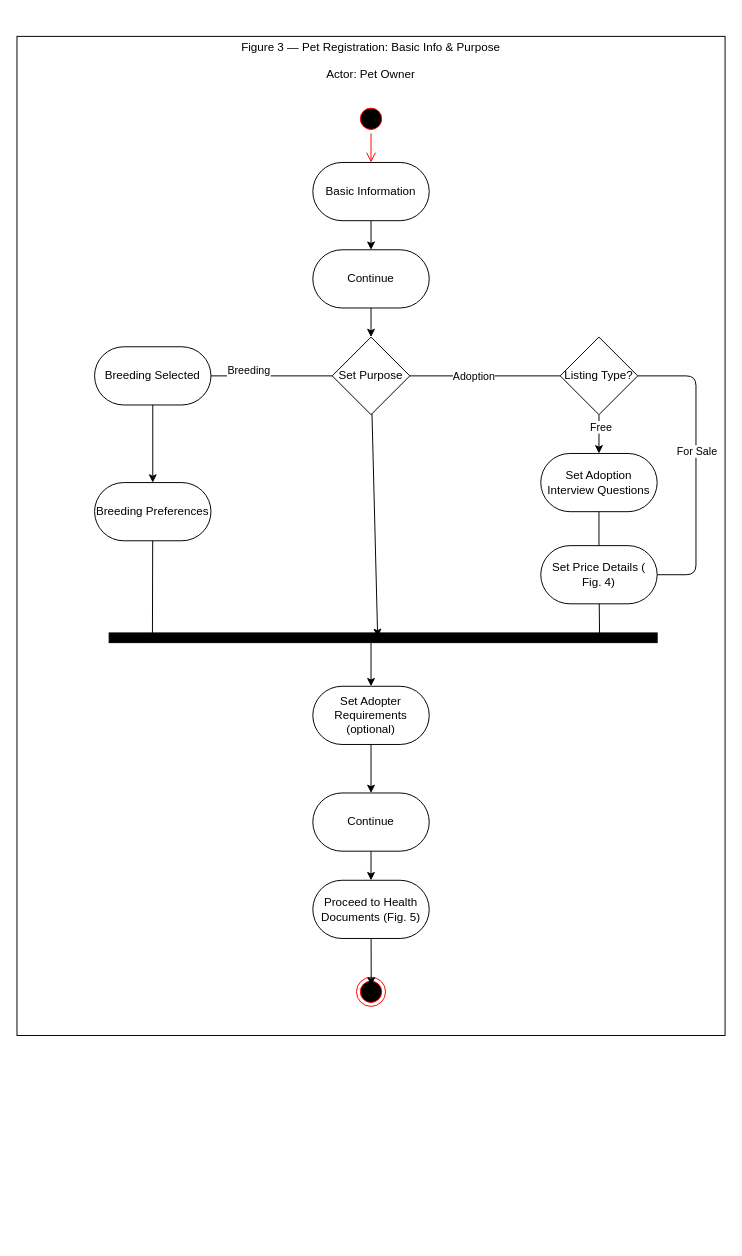
This is ActivityDiagram_Figure3_USALLA.drawio from Chels013/Breedr-Diagrams, a draw.io file, before an edit. Source tidied: cells renumbered, new cells numbered last; positions are measured from the earlier drawing's top-left corner, leaving out a move shared by most shapes. Both pictures are drawn from the tidied source at 97%, with x=0, y=0 at pixel (16, 36).
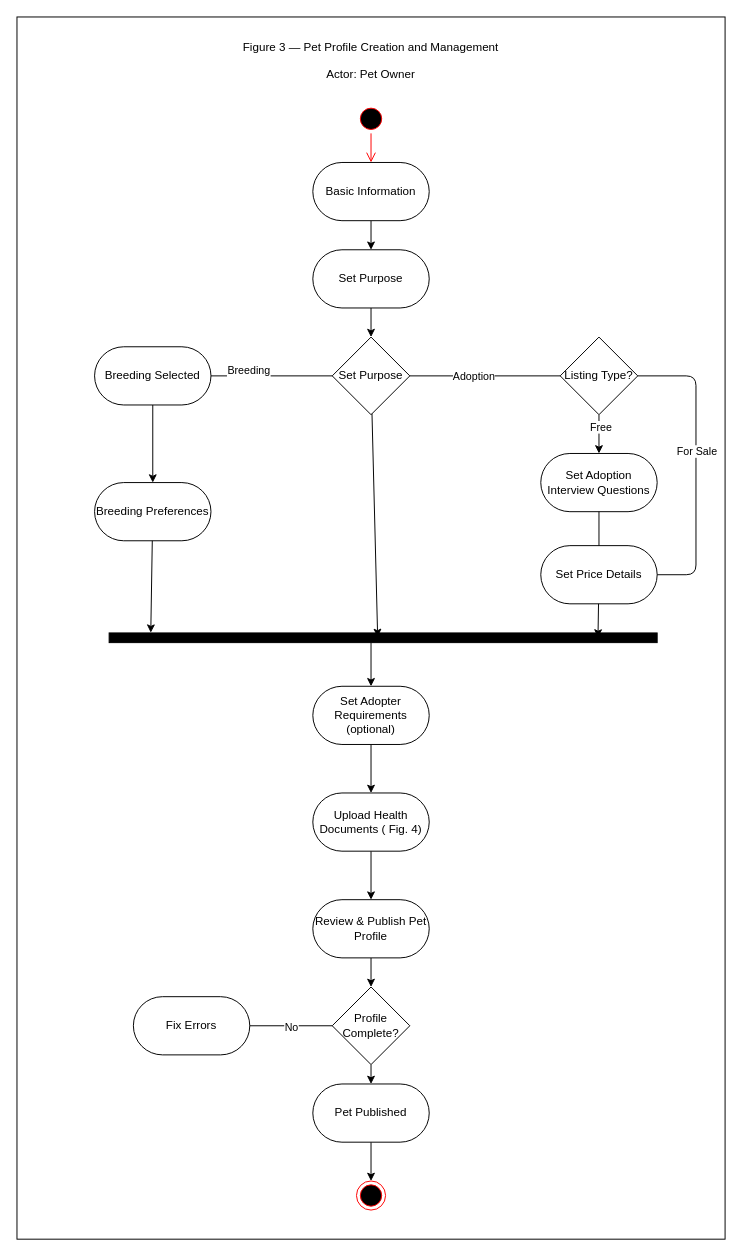
The same page after the edit.

Commit message (it also covers changes not shown here):
Creating Activity Diagram Figure 5 and  revised Figure 1-4

The change refers to these unchanged cells:
```xml
<mxCell id="12" value="Breeding Preferences" style="rounded=1;whiteSpace=wrap;html=1;arcSize=50;" parent="1" vertex="1">
  <mxGeometry x="80" y="460" width="120" height="60" as="geometry" />
</mxCell>
<mxCell id="32" style="html=1;points=[];perimeter=orthogonalPerimeter;fillColor=strokeColor;rotation=-90;" parent="1" vertex="1">
  <mxGeometry x="372.5" y="337.5" width="10" height="565" as="geometry" />
</mxCell>
```

What changed in the source:
```diff
@@
     <mxCell id="2" style="rounded=0;whiteSpace=wrap;html=1;" parent="1" vertex="1">
-      <mxGeometry width="730" height="1030" as="geometry" />
+      <mxGeometry y="-20" width="730" height="1260" as="geometry" />
     </mxCell>
-    <mxCell id="3" value="&lt;p&gt;Figure 3 — Pet Registration: Basic Info &amp;amp; Purpose&lt;/p&gt;&lt;p&gt;Actor: Pet Owner&lt;/p&gt;" style="text;html=1;align=center;verticalAlign=middle;whiteSpace=wrap;rounded=0;" parent="1" vertex="1">
+    <mxCell id="3" value="&lt;p&gt;Figure 3 — Pet Profile Creation and Management&lt;/p&gt;&lt;p&gt;Actor: Pet Owner&lt;/p&gt;" style="text;html=1;align=center;verticalAlign=middle;whiteSpace=wrap;rounded=0;" parent="1" vertex="1">
       <mxGeometry x="210" y="10" width="310" height="30" as="geometry" />
     </mxCell>
@@
-    <mxCell id="9" value="Continue" style="rounded=1;whiteSpace=wrap;html=1;arcSize=50;" parent="1" vertex="1">
+    <mxCell id="9" value="Set Purpose" style="rounded=1;whiteSpace=wrap;html=1;arcSize=50;" parent="1" vertex="1">
       <mxGeometry x="305" y="220" width="120" height="60" as="geometry" />
     </mxCell>
@@
-    <mxCell id="14" value="&lt;p&gt;Set Price Details ( Fig. 4)&lt;/p&gt;" style="rounded=1;whiteSpace=wrap;html=1;arcSize=50;" parent="1" vertex="1">
+    <mxCell id="14" value="&lt;p&gt;Set Price Details&lt;/p&gt;" style="rounded=1;whiteSpace=wrap;html=1;arcSize=50;" parent="1" vertex="1">
       <mxGeometry x="540" y="525" width="120" height="60" as="geometry" />
     </mxCell>
@@
-    <mxCell id="18" value="Continue" style="rounded=1;whiteSpace=wrap;html=1;arcSize=50;" parent="1" vertex="1">
+    <mxCell id="18" value="&lt;p&gt;Upload Health Documents ( Fig. 4)&lt;/p&gt;" style="rounded=1;whiteSpace=wrap;html=1;arcSize=50;" parent="1" vertex="1">
       <mxGeometry x="305" y="780" width="120" height="60" as="geometry" />
     </mxCell>
+    <mxCell id="38" style="edgeStyle=none;html=1;entryX=0.5;entryY=0;entryDx=0;entryDy=0;" parent="1" edge="1" source="19" target="40">
+      <mxGeometry relative="1" as="geometry" />
+    </mxCell>
-    <mxCell id="19" value="&lt;p&gt;Proceed to Health Documents (Fig. 5)&lt;/p&gt;" style="rounded=1;whiteSpace=wrap;html=1;arcSize=50;" parent="1" vertex="1">
-      <mxGeometry x="305" y="870" width="120" height="60" as="geometry" />
+    <mxCell id="19" value="&lt;p&gt;Review &amp;amp; Publish Pet Profile&lt;/p&gt;" style="rounded=1;whiteSpace=wrap;html=1;arcSize=50;" parent="1" vertex="1">
+      <mxGeometry x="305" y="890" width="120" height="60" as="geometry" />
     </mxCell>
@@
     <mxCell id="34" style="ellipse;html=1;shape=endState;fillColor=#000000;strokeColor=#ff0000;" parent="1" vertex="1">
-      <mxGeometry x="350" y="970" width="30" height="30" as="geometry" />
+      <mxGeometry x="350" y="1180" width="30" height="30" as="geometry" />
     </mxCell>
-    <mxCell id="35" style="edgeStyle=none;html=1;entryX=0.507;entryY=0.28;entryDx=0;entryDy=0;entryPerimeter=0;" parent="1" edge="1" source="19" target="34">
-      <mxGeometry relative="1" as="geometry" />
-    </mxCell>
-    <mxCell id="36" style="edgeStyle=none;html=1;entryX=-0.14;entryY=0.079;entryDx=0;entryDy=0;entryPerimeter=0;" parent="1" edge="1" source="12" target="32">
+    <mxCell id="36" style="edgeStyle=none;html=1;entryX=1.025;entryY=0.076;entryDx=0;entryDy=0;entryPerimeter=0;" parent="1" edge="1" source="12" target="32">
       <mxGeometry relative="1" as="geometry" />
     </mxCell>
-    <mxCell id="37" style="edgeStyle=none;html=1;entryX=-0.06;entryY=0.895;entryDx=0;entryDy=0;entryPerimeter=0;" parent="1" edge="1" source="14" target="32">
+    <mxCell id="37" style="edgeStyle=none;html=1;entryX=0.525;entryY=0.892;entryDx=0;entryDy=0;entryPerimeter=0;" parent="1" edge="1" source="14" target="32">
       <mxGeometry relative="1" as="geometry" />
     </mxCell>
+    <mxCell id="39" style="edgeStyle=none;html=1;" parent="1" edge="1" source="40" target="45">
+      <mxGeometry relative="1" as="geometry" />
+    </mxCell>
+    <mxCell id="40" value="&lt;p&gt;Profile Complete?&lt;/p&gt;" style="rhombus;whiteSpace=wrap;html=1;" parent="1" vertex="1">
+      <mxGeometry x="325" y="980" width="80" height="80" as="geometry" />
+    </mxCell>
+    <mxCell id="41" value="&lt;p&gt;Fix Errors&lt;/p&gt;" style="rounded=1;whiteSpace=wrap;html=1;arcSize=50;" parent="1" vertex="1">
+      <mxGeometry x="120" y="990" width="120" height="60" as="geometry" />
+    </mxCell>
+    <mxCell id="42" style="endArrow=none;html=1;exitX=1;exitY=0.5;exitDx=0;exitDy=0;entryX=0;entryY=0.5;entryDx=0;entryDy=0;" parent="1" edge="1" source="41" target="40">
+      <mxGeometry relative="1" as="geometry" />
+    </mxCell>
+    <mxCell id="43" value="No" style="edgeLabel;html=1;align=center;verticalAlign=middle;" parent="42" vertex="1">
+      <mxGeometry x="-0.02" y="-1" relative="1" as="geometry" />
+    </mxCell>
+    <mxCell id="44" style="edgeStyle=none;html=1;entryX=0.5;entryY=0;entryDx=0;entryDy=0;" parent="1" edge="1" source="45" target="34">
+      <mxGeometry relative="1" as="geometry" />
+    </mxCell>
+    <mxCell id="45" value="&lt;p&gt;Pet Published&lt;/p&gt;" style="rounded=1;whiteSpace=wrap;html=1;arcSize=50;" parent="1" vertex="1">
+      <mxGeometry x="305" y="1080" width="120" height="60" as="geometry" />
+    </mxCell>
```
